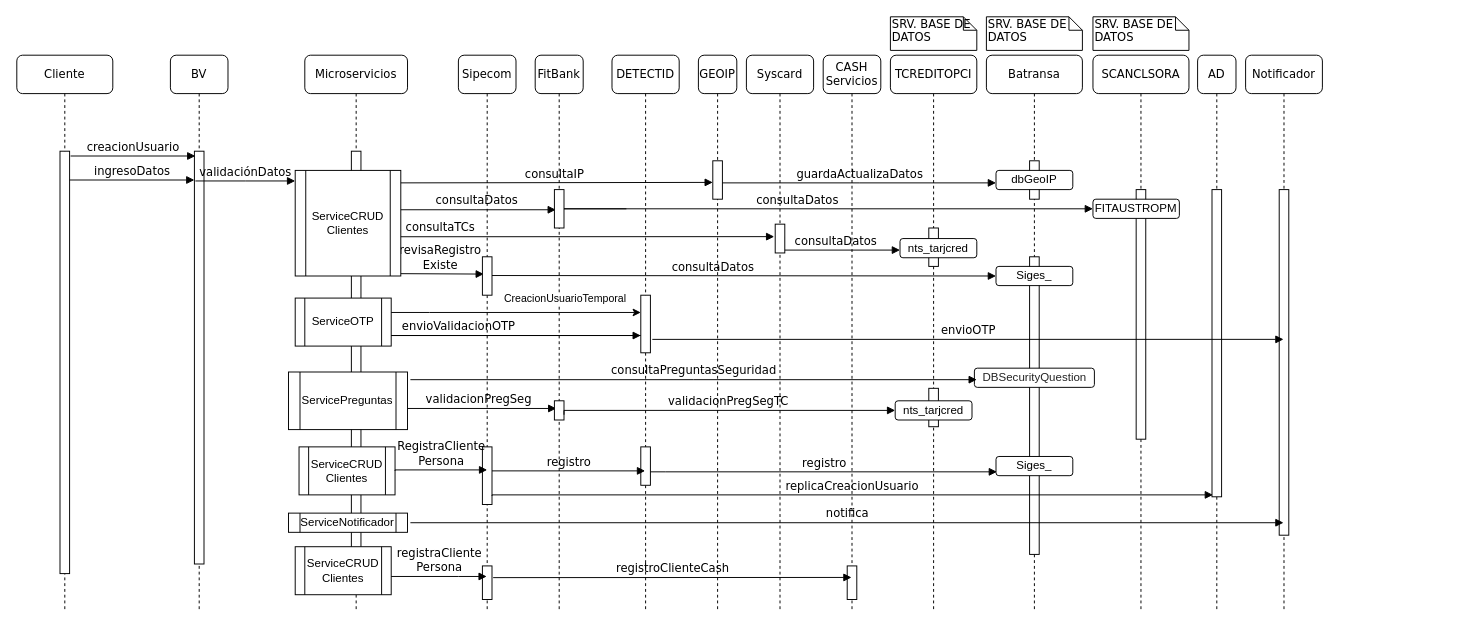
The draw.io diagram page "DiagramaSeqCreacion - FIT NTS" (3 of 12) of CreateUsrBVDiagram.drawio in davidguillermofg/Diagrams, before the edit. Source tidied: cells renumbered, new cells numbered last; positions are measured from the earlier drawing's top-left corner, leaving out a move shared by most shapes. Both pictures are drawn from the tidied source at 96%, with x=0, y=0 at pixel (16, 16).
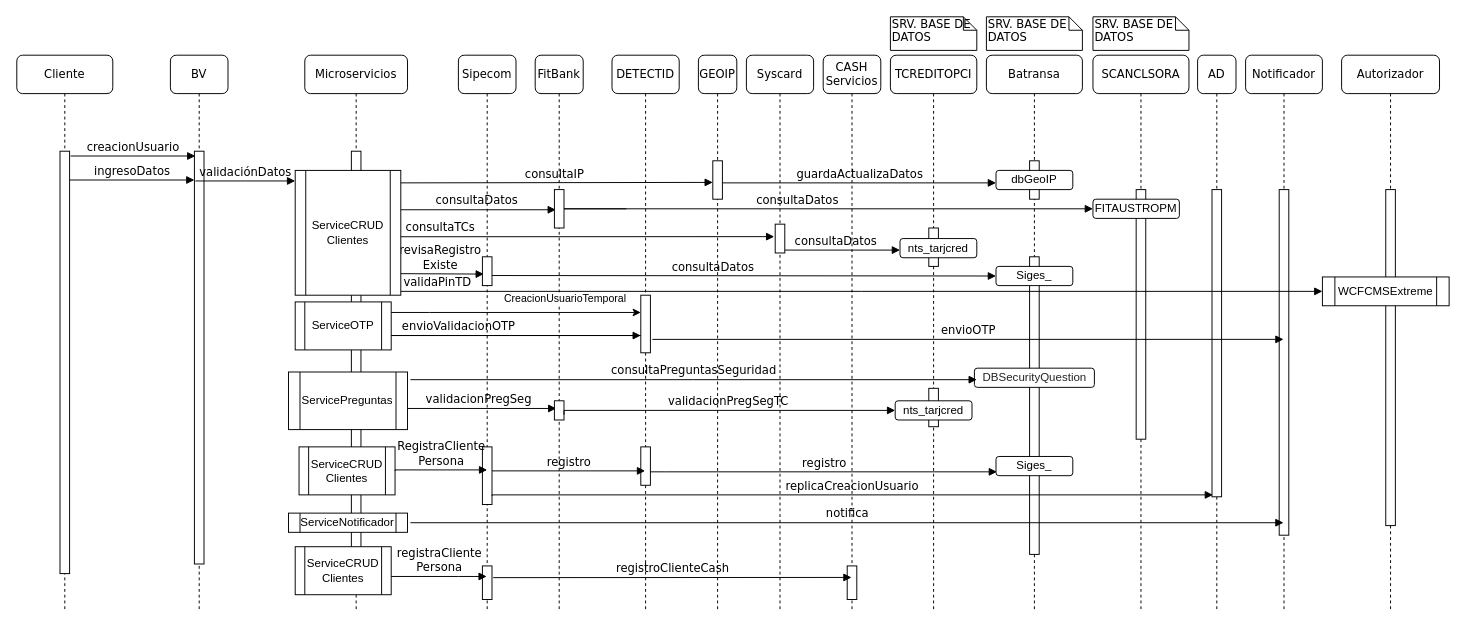
The same diagram, later.

Unchanged cells that the change refers to:
```xml
<mxCell id="10" value="Microservicios" style="shape=umlLifeline;perimeter=lifelinePerimeter;whiteSpace=wrap;html=1;rounded=1;shadow=0;comic=0;labelBackgroundColor=none;strokeWidth=1;fontFamily=Verdana;fontSize=12;align=center;" parent="1" vertex="1">
  <mxGeometry x="300" y="40" width="107" height="580" as="geometry" />
</mxCell>
<mxCell id="15" value="Sipecom" style="shape=umlLifeline;perimeter=lifelinePerimeter;whiteSpace=wrap;html=1;rounded=1;shadow=0;comic=0;labelBackgroundColor=none;strokeWidth=1;fontFamily=Verdana;fontSize=12;align=center;" parent="1" vertex="1">
  <mxGeometry x="460" y="40" width="60" height="580" as="geometry" />
</mxCell>
```

Change to the diagram source:
```diff
@@
     <mxCell id="12" value="ServiceCRUD&lt;br&gt;Clientes" style="shape=process;whiteSpace=wrap;html=1;backgroundOutline=1;" parent="10" vertex="1">
-      <mxGeometry x="-10" y="120" width="110" height="110" as="geometry" />
+      <mxGeometry x="-10" y="120" width="110" height="130" as="geometry" />
     </mxCell>
     <mxCell id="13" value="ServiceOTP" style="shape=process;whiteSpace=wrap;html=1;backgroundOutline=1;" parent="10" vertex="1">
-      <mxGeometry x="-10" y="253" width="100" height="50" as="geometry" />
+      <mxGeometry x="-10" y="257" width="100" height="50" as="geometry" />
     </mxCell>
@@
     <mxCell id="16" style="html=1;perimeter=orthogonalPerimeter;rounded=0;shadow=0;comic=0;labelBackgroundColor=none;strokeWidth=1;fontFamily=Verdana;fontSize=12;align=center;" parent="15" vertex="1">
-      <mxGeometry x="25" y="210" width="10" height="40" as="geometry" />
+      <mxGeometry x="25" y="210" width="10" height="30" as="geometry" />
     </mxCell>
@@
+    <mxCell id="77" value="Autorizador" style="shape=umlLifeline;perimeter=lifelinePerimeter;whiteSpace=wrap;html=1;rounded=1;shadow=0;comic=0;labelBackgroundColor=none;strokeWidth=1;fontFamily=Verdana;fontSize=12;align=center;" parent="1" vertex="1">
+      <mxGeometry x="1380" y="40" width="102" height="580" as="geometry" />
+    </mxCell>
+    <mxCell id="78" style="html=1;perimeter=orthogonalPerimeter;rounded=0;shadow=0;comic=0;labelBackgroundColor=none;strokeColor=#000000;strokeWidth=1;fillColor=#FFFFFF;fontFamily=Verdana;fontSize=12;fontColor=#000000;align=center;" parent="77" vertex="1">
+      <mxGeometry x="46" y="140" width="10" height="350" as="geometry" />
+    </mxCell>
+    <mxCell id="79" value="WCFCMSExtreme" style="shape=process;whiteSpace=wrap;html=1;backgroundOutline=1;" parent="77" vertex="1">
+      <mxGeometry x="-20" y="231" width="132" height="30" as="geometry" />
+    </mxCell>
+    <mxCell id="80" value="validaPinTD" style="html=1;verticalAlign=bottom;endArrow=block;labelBackgroundColor=none;fontFamily=Verdana;fontSize=12;edgeStyle=elbowEdgeStyle;elbow=vertical;rounded=0;entryX=0;entryY=0.5;entryDx=0;entryDy=0;" parent="1" edge="1" target="79">
+      <mxGeometry x="-0.92" relative="1" as="geometry">
+        <mxPoint x="400" y="286" as="sourcePoint" />
+      </mxGeometry>
+    </mxCell>
```
